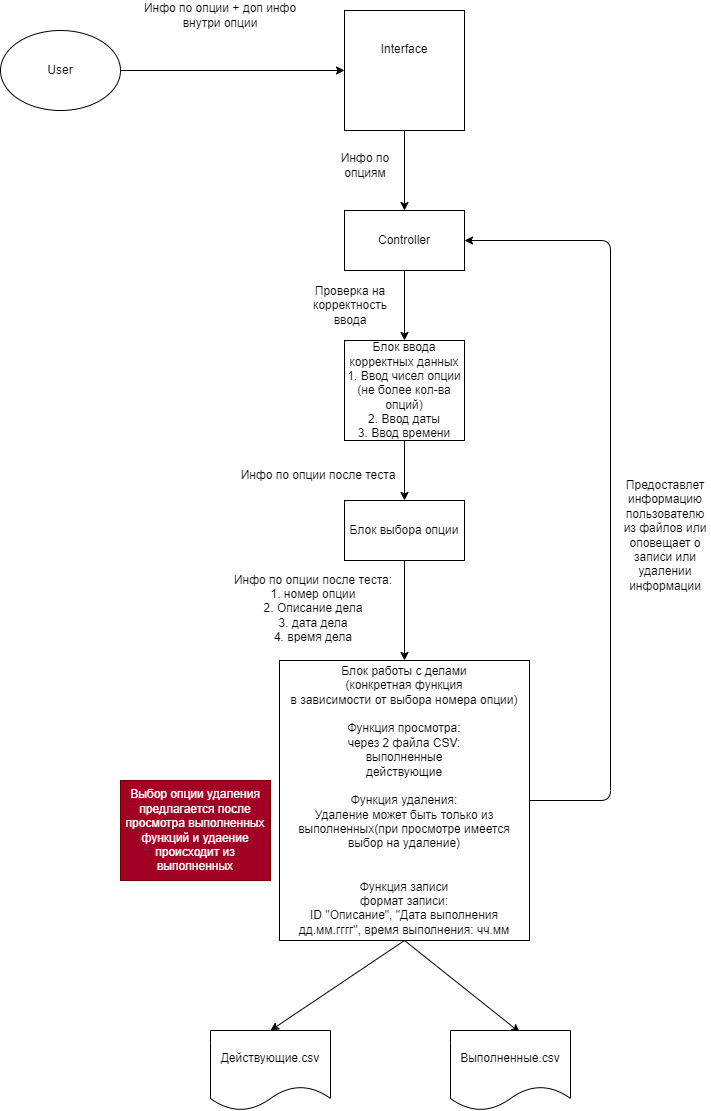
Earlier version of the draw.io export scheme.drawio.png (AntonStepin/HW8_NoteBook). Source tidied: cells renumbered, new cells last; positions are measured from the earlier drawing's top-left corner, leaving out a move shared by most shapes.
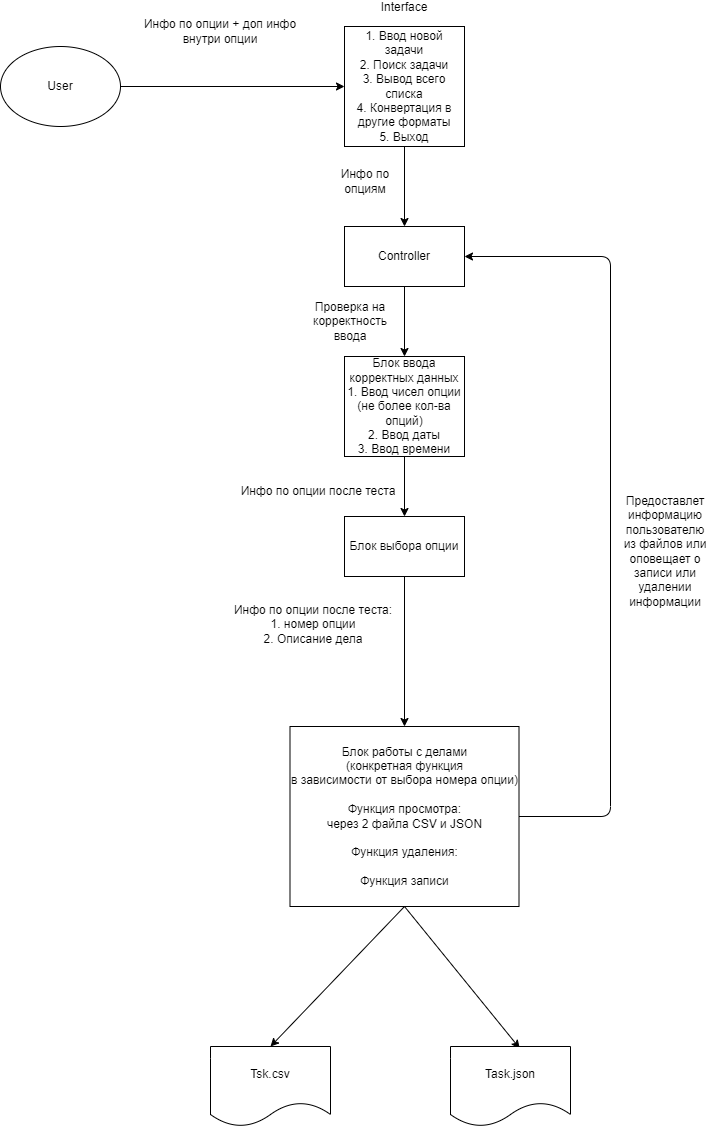
Later version of the same file.

Commit message:
git scheme

Diff of the diagram source:
```diff
@@ -11,7 +11,7 @@
     <mxCell id="4" style="edgeStyle=none;html=1;entryX=0.5;entryY=0;entryDx=0;entryDy=0;" parent="1" edge="1" source="5" target="7">
       <mxGeometry relative="1" as="geometry" />
     </mxCell>
-    <mxCell id="5" value="Interface&lt;br&gt;&lt;br&gt;&lt;div&gt;&lt;font color=&quot;#24292f&quot; face=&quot;ui-monospace, SFMono-Regular, SF Mono, Menlo, Consolas, Liberation Mono, monospace&quot;&gt;&lt;span style=&quot;background-color: rgb(255 , 255 , 255)&quot;&gt;&lt;br&gt;&lt;/span&gt;&lt;/font&gt;&lt;/div&gt;&lt;div&gt;&lt;br&gt;&lt;/div&gt;" style="rounded=0;whiteSpace=wrap;html=1;" parent="1" vertex="1">
+    <mxCell id="5" value="Interface&lt;br&gt;&lt;br&gt;1. Ввод новой задачи&lt;br&gt;2. Поиск задачи&lt;br&gt;3. Вывод всего списка&lt;br&gt;4. Конвертация в другие форматы&lt;br&gt;5. Выход&lt;br&gt;&lt;div&gt;&lt;font color=&quot;#24292f&quot; face=&quot;ui-monospace, SFMono-Regular, SF Mono, Menlo, Consolas, Liberation Mono, monospace&quot;&gt;&lt;span style=&quot;background-color: rgb(255 , 255 , 255)&quot;&gt;&lt;br&gt;&lt;/span&gt;&lt;/font&gt;&lt;/div&gt;&lt;div&gt;&lt;br&gt;&lt;/div&gt;" style="rounded=0;whiteSpace=wrap;html=1;" parent="1" vertex="1">
       <mxGeometry x="344" y="10" width="120" height="120" as="geometry" />
     </mxCell>
     <mxCell id="6" style="edgeStyle=none;html=1;entryX=0.5;entryY=0;entryDx=0;entryDy=0;" parent="1" edge="1" source="7" target="15">
@@ -34,8 +34,8 @@
         </Array>
       </mxGeometry>
     </mxCell>
-    <mxCell id="11" value="Блок работы с делами&lt;br&gt;(конкретная функция&lt;br&gt;в зависимости от выбора номера опции)&lt;br&gt;&lt;br&gt;Функция просмотра:&lt;br&gt;через 2 файла CSV:&lt;br&gt;выполненные&lt;br&gt;действующие&lt;br&gt;&lt;br&gt;Функция удаления:&lt;br&gt;Удаление может быть только из выполненных(при просмотре имеется выбор на удаление)&lt;br&gt;&lt;br&gt;&lt;br&gt;Функция записи&lt;br&gt;формат записи:&lt;br&gt;ID &quot;Описание&quot;, &quot;Дата выполнения дд.мм.гггг&quot;, время выполнения: чч.мм" style="rounded=0;whiteSpace=wrap;html=1;" parent="1" vertex="1">
-      <mxGeometry x="279" y="660" width="250" height="280" as="geometry" />
+    <mxCell id="11" value="Блок работы с делами&lt;br&gt;(конкретная функция&lt;br&gt;в зависимости от выбора номера опции)&lt;br&gt;&lt;br&gt;Функция просмотра:&lt;br&gt;через 2 файла CSV и JSON&lt;br&gt;&lt;br&gt;Функция удаления:&lt;br&gt;&lt;br&gt;Функция записи&lt;br&gt;" style="rounded=0;whiteSpace=wrap;html=1;" parent="1" vertex="1">
+      <mxGeometry x="289.5" y="710" width="229" height="180" as="geometry" />
     </mxCell>
     <mxCell id="12" style="edgeStyle=none;html=1;entryX=0.5;entryY=0;entryDx=0;entryDy=0;" parent="1" edge="1" source="13" target="11">
       <mxGeometry relative="1" as="geometry" />
@@ -61,16 +61,13 @@
     <mxCell id="19" value="Инфо по опции после теста" style="text;html=1;strokeColor=none;fillColor=none;align=center;verticalAlign=middle;whiteSpace=wrap;rounded=0;" parent="1" vertex="1">
       <mxGeometry x="236" y="460" width="164" height="30" as="geometry" />
     </mxCell>
-    <mxCell id="20" value="Инфо по опции после теста:&lt;br&gt;1. номер опции&lt;br&gt;2. Описание дела&lt;br&gt;3. дата дела&lt;br&gt;4. время дела&lt;br&gt;" style="text;html=1;strokeColor=none;fillColor=none;align=center;verticalAlign=middle;whiteSpace=wrap;rounded=0;" parent="1" vertex="1">
+    <mxCell id="20" value="Инфо по опции после теста:&lt;br&gt;1. номер опции&lt;br&gt;2. Описание дела&lt;br&gt;" style="text;html=1;strokeColor=none;fillColor=none;align=center;verticalAlign=middle;whiteSpace=wrap;rounded=0;" parent="1" vertex="1">
       <mxGeometry x="231" y="560" width="164" height="95" as="geometry" />
     </mxCell>
-    <mxCell id="21" value="Выбор опции удаления предлагается после просмотра выполненных функций и удаение происходит из выполненных" style="text;html=1;strokeColor=#6F0000;fillColor=#a20025;align=center;verticalAlign=middle;whiteSpace=wrap;rounded=0;fontColor=#ffffff;" parent="1" vertex="1">
-      <mxGeometry x="120" y="780" width="150" height="100" as="geometry" />
-    </mxCell>
-    <mxCell id="22" value="Выполненные.csv" style="shape=document;whiteSpace=wrap;html=1;boundedLbl=1;" parent="1" vertex="1">
+    <mxCell id="22" value="Task.json" style="shape=document;whiteSpace=wrap;html=1;boundedLbl=1;" parent="1" vertex="1">
       <mxGeometry x="450" y="1030" width="120" height="80" as="geometry" />
     </mxCell>
-    <mxCell id="23" value="Действующие.csv" style="shape=document;whiteSpace=wrap;html=1;boundedLbl=1;" parent="1" vertex="1">
+    <mxCell id="23" value="Tsk.csv" style="shape=document;whiteSpace=wrap;html=1;boundedLbl=1;" parent="1" vertex="1">
       <mxGeometry x="210" y="1030" width="120" height="80" as="geometry" />
     </mxCell>
     <mxCell id="24" value="Предоставлет информацию пользователю из файлов или оповещает о записи или удалении информации" style="text;html=1;strokeColor=none;fillColor=none;align=center;verticalAlign=middle;whiteSpace=wrap;rounded=0;" parent="1" vertex="1">
```
